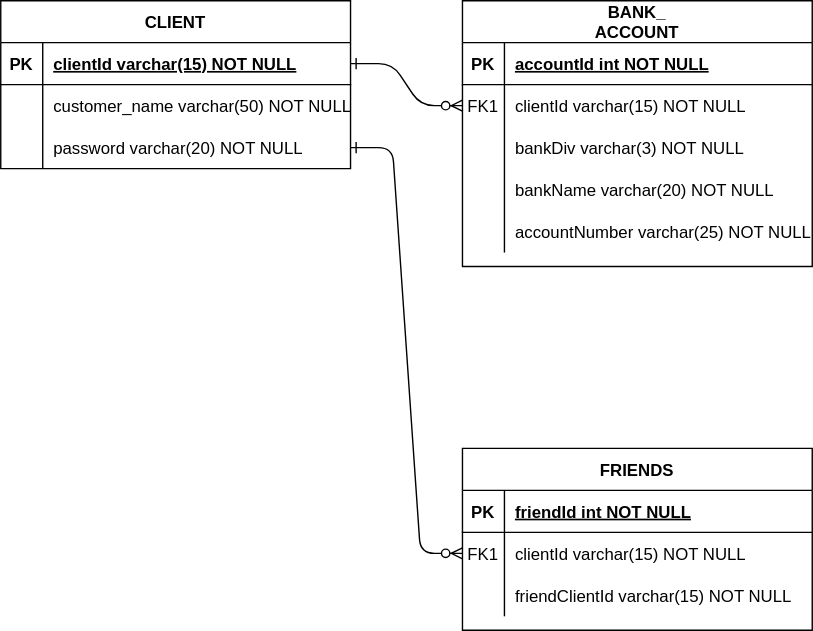
The draw.io diagram document/numbleBank.svg in thinkp0907/numble-banking-api, before a commit. Source tidied: cells renumbered, new cells last; positions are measured from the earlier drawing's top-left corner, leaving out a move shared by most shapes.
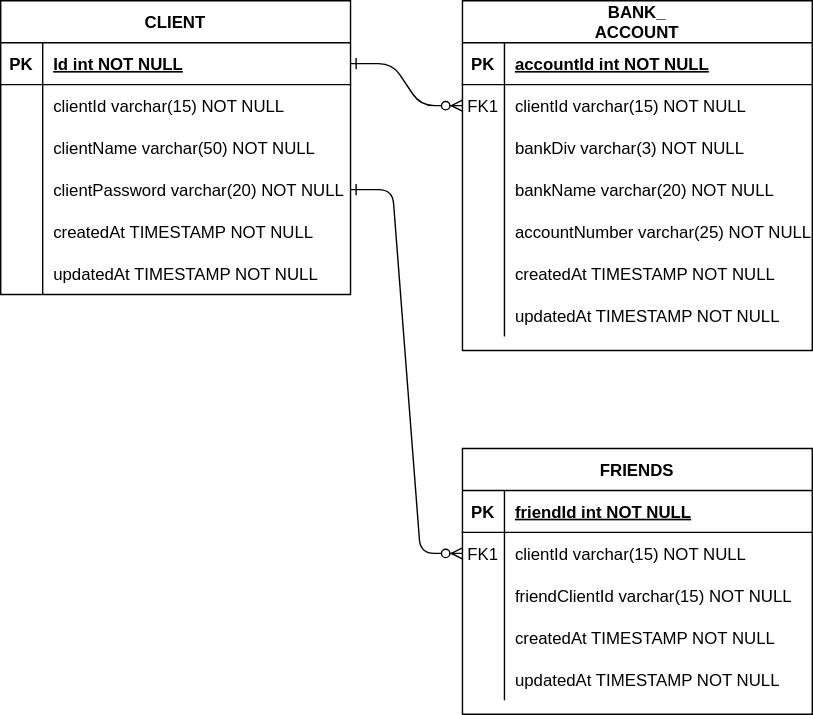
Later version of the same file.

What changed in the source:
```diff
@@ -6,7 +6,7 @@
       <mxGeometry relative="1" as="geometry" />
     </mxCell>
     <mxCell id="3" value="BANK_&#10;ACCOUNT" style="shape=table;startSize=30;rowLines=0;fontStyle=1;align=center;" parent="1" vertex="1">
-      <mxGeometry x="330" width="250" height="190" as="geometry" />
+      <mxGeometry x="330" width="250" height="250" as="geometry" />
     </mxCell>
     <mxCell id="4" style="shape=partialRectangle;fillColor=none;top=0;left=0;right=0;bottom=1;" parent="3" vertex="1">
       <mxGeometry y="30" width="250" height="30" as="geometry" />
@@ -53,8 +53,26 @@
     <mxCell id="18" value="accountNumber varchar(25) NOT NULL" style="shape=partialRectangle;overflow=hidden;fillColor=none;top=0;left=0;bottom=0;right=0;align=left;spacingLeft=6;" parent="16" vertex="1">
       <mxGeometry x="30" width="220" height="30" as="geometry" />
     </mxCell>
+    <mxCell id="40" style="shape=partialRectangle;fillColor=none;top=0;left=0;right=0;bottom=0;" parent="3" vertex="1">
+      <mxGeometry y="180" width="250" height="30" as="geometry" />
+    </mxCell>
+    <mxCell id="41" style="shape=partialRectangle;overflow=hidden;fillColor=none;top=0;left=0;bottom=0;right=0;" parent="40" vertex="1">
+      <mxGeometry width="30" height="30" as="geometry" />
+    </mxCell>
+    <mxCell id="42" value="createdAt TIMESTAMP NOT NULL" style="shape=partialRectangle;overflow=hidden;fillColor=none;top=0;left=0;bottom=0;right=0;align=left;spacingLeft=6;" parent="40" vertex="1">
+      <mxGeometry x="30" width="220" height="30" as="geometry" />
+    </mxCell>
+    <mxCell id="43" style="shape=partialRectangle;fillColor=none;top=0;left=0;right=0;bottom=0;" parent="3" vertex="1">
+      <mxGeometry y="210" width="250" height="30" as="geometry" />
+    </mxCell>
+    <mxCell id="44" style="shape=partialRectangle;overflow=hidden;fillColor=none;top=0;left=0;bottom=0;right=0;" parent="43" vertex="1">
+      <mxGeometry width="30" height="30" as="geometry" />
+    </mxCell>
+    <mxCell id="45" value="updatedAt TIMESTAMP NOT NULL" style="shape=partialRectangle;overflow=hidden;fillColor=none;top=0;left=0;bottom=0;right=0;align=left;spacingLeft=6;" parent="43" vertex="1">
+      <mxGeometry x="30" width="220" height="30" as="geometry" />
+    </mxCell>
     <mxCell id="19" value="FRIENDS" style="shape=table;startSize=30;rowLines=0;fontStyle=1;align=center;" parent="1" vertex="1">
-      <mxGeometry x="330" y="320" width="250" height="130" as="geometry" />
+      <mxGeometry x="330" y="320" width="250" height="190" as="geometry" />
     </mxCell>
     <mxCell id="20" style="shape=partialRectangle;fillColor=none;top=0;left=0;right=0;bottom=1;" parent="19" vertex="1">
       <mxGeometry y="30" width="250" height="30" as="geometry" />
@@ -83,8 +101,26 @@
     <mxCell id="28" value="friendClientId varchar(15) NOT NULL" style="shape=partialRectangle;overflow=hidden;fillColor=none;top=0;left=0;bottom=0;right=0;align=left;spacingLeft=6;" parent="26" vertex="1">
       <mxGeometry x="30" width="220" height="30" as="geometry" />
     </mxCell>
+    <mxCell id="46" style="shape=partialRectangle;fillColor=none;top=0;left=0;right=0;bottom=0;" parent="19" vertex="1">
+      <mxGeometry y="120" width="250" height="30" as="geometry" />
+    </mxCell>
+    <mxCell id="47" style="shape=partialRectangle;overflow=hidden;fillColor=none;top=0;left=0;bottom=0;right=0;" parent="46" vertex="1">
+      <mxGeometry width="30" height="30" as="geometry" />
+    </mxCell>
+    <mxCell id="48" value="createdAt TIMESTAMP NOT NULL" style="shape=partialRectangle;overflow=hidden;fillColor=none;top=0;left=0;bottom=0;right=0;align=left;spacingLeft=6;" parent="46" vertex="1">
+      <mxGeometry x="30" width="220" height="30" as="geometry" />
+    </mxCell>
+    <mxCell id="49" style="shape=partialRectangle;fillColor=none;top=0;left=0;right=0;bottom=0;" parent="19" vertex="1">
+      <mxGeometry y="150" width="250" height="30" as="geometry" />
+    </mxCell>
+    <mxCell id="50" style="shape=partialRectangle;overflow=hidden;fillColor=none;top=0;left=0;bottom=0;right=0;" parent="49" vertex="1">
+      <mxGeometry width="30" height="30" as="geometry" />
+    </mxCell>
+    <mxCell id="51" value="updatedAt TIMESTAMP NOT NULL" style="shape=partialRectangle;overflow=hidden;fillColor=none;top=0;left=0;bottom=0;right=0;align=left;spacingLeft=6;" parent="49" vertex="1">
+      <mxGeometry x="30" width="220" height="30" as="geometry" />
+    </mxCell>
     <mxCell id="29" value="CLIENT" style="shape=table;startSize=30;rowLines=0;fontStyle=1;align=center;" parent="1" vertex="1">
-      <mxGeometry width="250" height="120" as="geometry" />
+      <mxGeometry width="250" height="210" as="geometry" />
     </mxCell>
     <mxCell id="30" style="shape=partialRectangle;fillColor=none;points=[[0,0.5],[1,0.5]];portConstraint=eastwest;top=0;left=0;right=0;bottom=1;" parent="29" vertex="1">
       <mxGeometry y="30" width="250" height="30" as="geometry" />
@@ -92,27 +128,54 @@
     <mxCell id="31" value="PK" style="shape=partialRectangle;overflow=hidden;fillColor=none;top=0;left=0;bottom=0;right=0;fontStyle=1;" parent="30" vertex="1">
       <mxGeometry width="30" height="30" as="geometry" />
     </mxCell>
-    <mxCell id="32" value="clientId varchar(15) NOT NULL " style="shape=partialRectangle;overflow=hidden;fillColor=none;top=0;left=0;bottom=0;right=0;align=left;spacingLeft=6;fontStyle=5;" parent="30" vertex="1">
+    <mxCell id="32" value="Id int NOT NULL " style="shape=partialRectangle;overflow=hidden;fillColor=none;top=0;left=0;bottom=0;right=0;align=left;spacingLeft=6;fontStyle=5;" parent="30" vertex="1">
       <mxGeometry x="30" width="220" height="30" as="geometry" />
     </mxCell>
+    <mxCell id="52" style="shape=partialRectangle;fillColor=none;top=0;left=0;right=0;bottom=0;" parent="29" vertex="1">
+      <mxGeometry y="60" width="250" height="30" as="geometry" />
+    </mxCell>
+    <mxCell id="53" style="shape=partialRectangle;overflow=hidden;fillColor=none;top=0;left=0;bottom=0;right=0;" parent="52" vertex="1">
+      <mxGeometry width="30" height="30" as="geometry" />
+    </mxCell>
+    <mxCell id="54" value="clientId varchar(15) NOT NULL" style="shape=partialRectangle;overflow=hidden;fillColor=none;top=0;left=0;bottom=0;right=0;align=left;spacingLeft=6;" parent="52" vertex="1">
+      <mxGeometry x="30" width="220" height="30" as="geometry" />
+    </mxCell>
     <mxCell id="33" style="shape=partialRectangle;fillColor=none;top=0;left=0;right=0;bottom=0;" parent="29" vertex="1">
-      <mxGeometry y="60" width="250" height="30" as="geometry" />
+      <mxGeometry y="90" width="250" height="30" as="geometry" />
     </mxCell>
     <mxCell id="34" style="shape=partialRectangle;overflow=hidden;fillColor=none;top=0;left=0;bottom=0;right=0;" parent="33" vertex="1">
       <mxGeometry width="30" height="30" as="geometry" />
     </mxCell>
-    <mxCell id="35" value="customer_name varchar(50) NOT NULL" style="shape=partialRectangle;overflow=hidden;fillColor=none;top=0;left=0;bottom=0;right=0;align=left;spacingLeft=6;" parent="33" vertex="1">
+    <mxCell id="35" value="clientName varchar(50) NOT NULL" style="shape=partialRectangle;overflow=hidden;fillColor=none;top=0;left=0;bottom=0;right=0;align=left;spacingLeft=6;" parent="33" vertex="1">
       <mxGeometry x="30" width="220" height="30" as="geometry" />
     </mxCell>
     <mxCell id="36" style="shape=partialRectangle;fillColor=none;points=[[0,0.5],[1,0.5]];portConstraint=eastwest;top=0;left=0;right=0;bottom=0;" parent="29" vertex="1">
-      <mxGeometry y="90" width="250" height="30" as="geometry" />
+      <mxGeometry y="120" width="250" height="30" as="geometry" />
     </mxCell>
     <mxCell id="37" style="shape=partialRectangle;overflow=hidden;fillColor=none;top=0;left=0;bottom=0;right=0;" parent="36" vertex="1">
       <mxGeometry width="30" height="30" as="geometry" />
     </mxCell>
-    <mxCell id="38" value="password varchar(20) NOT NULL" style="shape=partialRectangle;overflow=hidden;fillColor=none;top=0;left=0;bottom=0;right=0;align=left;spacingLeft=6;" parent="36" vertex="1">
+    <mxCell id="38" value="clientPassword varchar(20) NOT NULL" style="shape=partialRectangle;overflow=hidden;fillColor=none;top=0;left=0;bottom=0;right=0;align=left;spacingLeft=6;" parent="36" vertex="1">
       <mxGeometry x="30" width="220" height="30" as="geometry" />
     </mxCell>
+    <mxCell id="55" style="shape=partialRectangle;fillColor=none;top=0;left=0;right=0;bottom=0;" parent="29" vertex="1">
+      <mxGeometry y="150" width="250" height="30" as="geometry" />
+    </mxCell>
+    <mxCell id="56" style="shape=partialRectangle;overflow=hidden;fillColor=none;top=0;left=0;bottom=0;right=0;" parent="55" vertex="1">
+      <mxGeometry width="30" height="30" as="geometry" />
+    </mxCell>
+    <mxCell id="57" value="createdAt TIMESTAMP NOT NULL" style="shape=partialRectangle;overflow=hidden;fillColor=none;top=0;left=0;bottom=0;right=0;align=left;spacingLeft=6;" parent="55" vertex="1">
+      <mxGeometry x="30" width="220" height="30" as="geometry" />
+    </mxCell>
+    <mxCell id="58" style="shape=partialRectangle;fillColor=none;top=0;left=0;right=0;bottom=0;" parent="29" vertex="1">
+      <mxGeometry y="180" width="250" height="30" as="geometry" />
+    </mxCell>
+    <mxCell id="59" style="shape=partialRectangle;overflow=hidden;fillColor=none;top=0;left=0;bottom=0;right=0;" parent="58" vertex="1">
+      <mxGeometry width="30" height="30" as="geometry" />
+    </mxCell>
+    <mxCell id="60" value="updatedAt TIMESTAMP NOT NULL" style="shape=partialRectangle;overflow=hidden;fillColor=none;top=0;left=0;bottom=0;right=0;align=left;spacingLeft=6;" parent="58" vertex="1">
+      <mxGeometry x="30" width="220" height="30" as="geometry" />
+    </mxCell>
     <mxCell id="39" style="edgeStyle=entityRelationEdgeStyle;endArrow=ERzeroToMany;startArrow=ERone;endFill=1;startFill=0;exitX=1;exitY=0.5;exitDx=0;exitDy=0;entryX=0;entryY=0.5;entryDx=0;entryDy=0;" parent="1" edge="1" source="36" target="23">
       <mxGeometry relative="1" as="geometry" />
     </mxCell>
```
